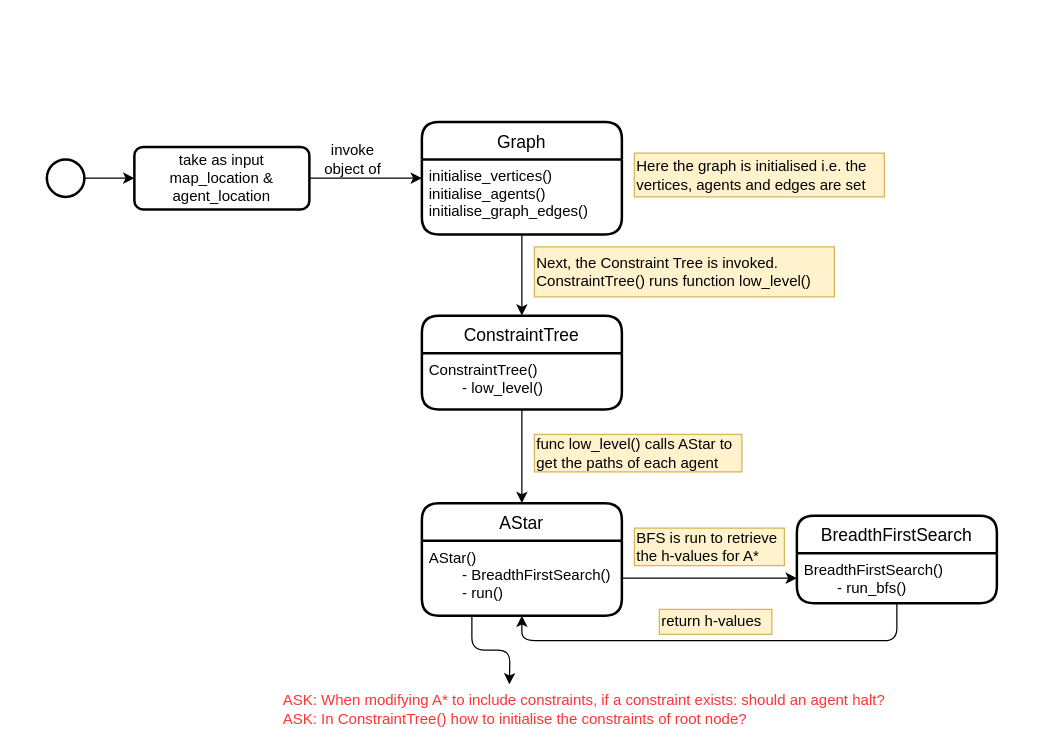
This is Flow Diagram.drawio from hebbaquraishi/MAPF, a draw.io file, before an edit. Source tidied: cells renumbered, new cells numbered last; positions are measured from the earlier drawing's top-left corner, leaving out a move shared by most shapes. Both pictures are drawn from the tidied source at 125%, with x=0, y=0 at pixel (46, 121).
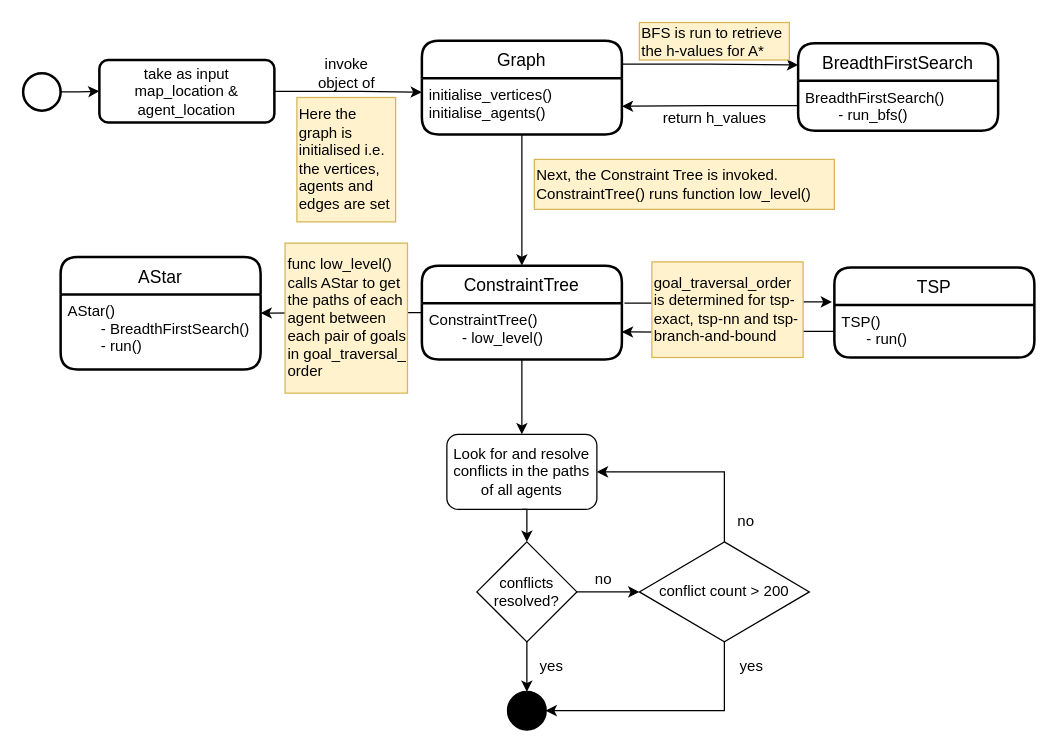
After the change.

Unchanged cells that the change refers to:
```xml
<mxCell id="10" value="ConstraintTree()&#10;        - low_level()" style="align=left;strokeColor=none;fillColor=none;spacingLeft=4;fontSize=12;verticalAlign=top;" parent="9" vertex="1">
  <mxGeometry y="30" width="160" height="45" as="geometry" />
</mxCell>
<mxCell id="15" value="AStar()&#10;        - BreadthFirstSearch()&#10;        - run()" style="align=left;strokeColor=none;fillColor=none;spacingLeft=4;fontSize=12;verticalAlign=top;" parent="14" vertex="1">
  <mxGeometry y="30" width="160" height="60" as="geometry" />
</mxCell>
<mxCell id="19" value="BreadthFirstSearch()&#10;        - run_bfs()" style="align=left;strokeColor=none;fillColor=none;spacingLeft=4;fontSize=12;verticalAlign=top;" parent="18" vertex="1">
  <mxGeometry y="30" width="160" height="40" as="geometry" />
</mxCell>
```

Diff of the diagram source:
```diff
@@
+    <mxCell id="26" style="edgeStyle=orthogonalEdgeStyle;rounded=0;jettySize=auto;html=1;exitX=1;exitY=0.25;exitDx=0;exitDy=0;entryX=0;entryY=0.25;entryDx=0;entryDy=0;" parent="1" edge="1" source="2" target="18">
+      <mxGeometry relative="1" as="geometry" />
+    </mxCell>
     <mxCell id="2" value="Graph" style="swimlane;horizontal=1;startSize=30;rounded=1;fontSize=14;fontStyle=0;strokeWidth=2;shadow=0;dashed=0;align=center;" parent="1" vertex="1">
-      <mxGeometry x="300" width="160" height="90" as="geometry" />
+      <mxGeometry x="300" y="-65" width="160" height="75" as="geometry" />
     </mxCell>
-    <mxCell id="3" value="initialise_vertices()&#10;initialise_agents()&#10;initialise_graph_edges()" style="align=left;strokeColor=none;fillColor=none;spacingLeft=4;fontSize=12;verticalAlign=top;" parent="2" vertex="1">
-      <mxGeometry y="30" width="160" height="60" as="geometry" />
+    <mxCell id="3" value="initialise_vertices()&#10;initialise_agents()" style="align=left;strokeColor=none;fillColor=none;spacingLeft=4;fontSize=12;verticalAlign=top;" parent="2" vertex="1">
+      <mxGeometry y="30" width="160" height="45" as="geometry" />
     </mxCell>
     <mxCell id="4" value="invoke object of" style="text;html=1;strokeColor=none;fillColor=none;align=center;verticalAlign=middle;whiteSpace=wrap;rounded=0;sketch=0;" parent="1" vertex="1">
-      <mxGeometry x="210" y="20" width="70" height="20" as="geometry" />
+      <mxGeometry x="204.5" y="-49.5" width="70" height="20" as="geometry" />
     </mxCell>
@@
     <mxCell id="6" style="strokeWidth=2;html=1;shape=mxgraph.flowchart.start_2;whiteSpace=wrap;rounded=0;sketch=0;" parent="1" vertex="1">
-      <mxGeometry y="30" width="30" height="30" as="geometry" />
+      <mxGeometry x="-19" y="-39" width="30" height="30" as="geometry" />
     </mxCell>
@@
     <mxCell id="8" value="take as input map_location &amp;amp; agent_location" style="rounded=1;whiteSpace=wrap;html=1;absoluteArcSize=1;arcSize=14;strokeWidth=2;sketch=0;" parent="1" vertex="1">
-      <mxGeometry x="70" y="20" width="140" height="50" as="geometry" />
+      <mxGeometry x="42" y="-49.5" width="140" height="50" as="geometry" />
     </mxCell>
+    <mxCell id="27" style="edgeStyle=orthogonalEdgeStyle;rounded=0;jettySize=auto;html=1;exitX=1.013;exitY=0.4;exitDx=0;exitDy=0;exitPerimeter=0;entryX=-0.012;entryY=0.382;entryDx=0;entryDy=0;entryPerimeter=0;" parent="1" edge="1" source="9" target="31">
+      <mxGeometry relative="1" as="geometry" />
+    </mxCell>
+    <mxCell id="28" style="edgeStyle=orthogonalEdgeStyle;rounded=0;jettySize=auto;html=1;exitX=0;exitY=0.5;exitDx=0;exitDy=0;entryX=1;entryY=0.25;entryDx=0;entryDy=0;" parent="1" edge="1" source="9" target="15">
+      <mxGeometry relative="1" as="geometry" />
+    </mxCell>
     <mxCell id="9" value="ConstraintTree" style="swimlane;horizontal=1;startSize=30;rounded=1;fontSize=14;fontStyle=0;strokeWidth=2;shadow=0;dashed=0;align=center;" parent="1" vertex="1">
-      <mxGeometry x="300" y="155" width="160" height="75" as="geometry" />
+      <mxGeometry x="300" y="115" width="160" height="75" as="geometry" />
     </mxCell>
@@
     <mxCell id="12" value="Here the graph is initialised i.e. the vertices, agents and edges are set" style="rounded=0;whiteSpace=wrap;html=1;sketch=0;align=left;verticalAlign=middle;fillColor=#fff2cc;strokeColor=#d6b656;" parent="1" vertex="1">
-      <mxGeometry x="470" y="25" width="200" height="35" as="geometry" />
+      <mxGeometry x="200" y="-19.5" width="79" height="99.5" as="geometry" />
     </mxCell>
     <mxCell id="13" value="Next, the Constraint Tree is invoked. ConstraintTree() runs function low_level()" style="rounded=0;whiteSpace=wrap;html=1;sketch=0;align=left;verticalAlign=middle;fillColor=#fff2cc;strokeColor=#d6b656;" parent="1" vertex="1">
-      <mxGeometry x="390" y="100" width="240" height="40" as="geometry" />
+      <mxGeometry x="390" y="30" width="240" height="40" as="geometry" />
     </mxCell>
     <mxCell id="14" value="AStar" style="swimlane;horizontal=1;startSize=30;rounded=1;fontSize=14;fontStyle=0;strokeWidth=2;shadow=0;dashed=0;align=center;" parent="1" vertex="1">
-      <mxGeometry x="300" y="305" width="160" height="90" as="geometry" />
+      <mxGeometry x="11" y="108" width="160" height="90" as="geometry" />
     </mxCell>
@@
-    <mxCell id="16" style="edgeStyle=orthogonalEdgeStyle;curved=0;rounded=1;sketch=0;jettySize=auto;html=1;entryX=0.5;entryY=0;entryDx=0;entryDy=0;" parent="1" edge="1" source="10" target="14">
-      <mxGeometry relative="1" as="geometry" />
-    </mxCell>
-    <mxCell id="17" value="func low_level() calls AStar to get the paths of each agent" style="rounded=0;whiteSpace=wrap;html=1;sketch=0;align=left;verticalAlign=middle;fillColor=#fff2cc;strokeColor=#d6b656;" parent="1" vertex="1">
-      <mxGeometry x="390" y="250" width="166" height="30" as="geometry" />
-    </mxCell>
     <mxCell id="18" value="BreadthFirstSearch" style="swimlane;horizontal=1;startSize=30;rounded=1;fontSize=14;fontStyle=0;strokeWidth=2;shadow=0;dashed=0;align=center;" parent="1" vertex="1">
-      <mxGeometry x="600" y="315" width="160" height="70" as="geometry" />
+      <mxGeometry x="601" y="-63" width="160" height="70" as="geometry" />
     </mxCell>
@@
-    <mxCell id="20" style="edgeStyle=orthogonalEdgeStyle;curved=0;rounded=1;sketch=0;jettySize=auto;html=1;" parent="1" edge="1" source="15" target="19">
-      <mxGeometry relative="1" as="geometry" />
-    </mxCell>
-    <mxCell id="21" value="BFS is run to retrieve the h-values for A*" style="rounded=0;whiteSpace=wrap;html=1;sketch=0;align=left;verticalAlign=middle;fillColor=#fff2cc;strokeColor=#d6b656;" parent="1" vertex="1">
-      <mxGeometry x="470" y="325" width="120" height="30" as="geometry" />
+    <mxCell id="21" value="BFS is run to retrieve the h-values for A*" style="rounded=0;whiteSpace=wrap;html=1;sketch=0;align=left;verticalAlign=middle;strokeColor=#d6b656;fillColor=#fff2cc;" parent="1" vertex="1">
+      <mxGeometry x="474" y="-79.5" width="120" height="30" as="geometry" />
     </mxCell>
-    <mxCell id="22" style="edgeStyle=orthogonalEdgeStyle;curved=0;rounded=1;sketch=0;jettySize=auto;html=1;entryX=0.5;entryY=1;entryDx=0;entryDy=0;exitX=0.5;exitY=1;exitDx=0;exitDy=0;" parent="1" edge="1" source="19" target="15">
-      <mxGeometry relative="1" as="geometry" />
-    </mxCell>
-    <mxCell id="23" value="return h-values" style="rounded=0;whiteSpace=wrap;html=1;sketch=0;align=left;verticalAlign=middle;fillColor=#fff2cc;strokeColor=#d6b656;" parent="1" vertex="1">
-      <mxGeometry x="490" y="390" width="90" height="20" as="geometry" />
-    </mxCell>
-    <mxCell id="24" style="edgeStyle=orthogonalEdgeStyle;curved=0;rounded=1;sketch=0;jettySize=auto;html=1;entryX=0.5;entryY=0;entryDx=0;entryDy=0;exitX=0.25;exitY=1;exitDx=0;exitDy=0;" parent="1" edge="1" source="15">
-      <mxGeometry relative="1" as="geometry">
-        <mxPoint x="370" y="450" as="targetPoint" />
-      </mxGeometry>
-    </mxCell>
-    <mxCell id="25" value="&lt;font color=&quot;#ff3333&quot;&gt;ASK: When modifying A* to include constraints, if a constraint exists: should an agent halt?&lt;br&gt;&lt;div style=&quot;text-align: left&quot;&gt;&lt;span&gt;ASK: In ConstraintTree() how to initialise the constraints of root node?&lt;/span&gt;&lt;/div&gt;&lt;/font&gt;" style="text;html=1;strokeColor=none;fillColor=none;align=center;verticalAlign=middle;whiteSpace=wrap;rounded=0;sketch=0;" parent="1" vertex="1">
-      <mxGeometry x="170" y="450" width="520" height="40" as="geometry" />
-    </mxCell>
+    <mxCell id="29" style="edgeStyle=orthogonalEdgeStyle;rounded=0;jettySize=auto;html=1;exitX=0;exitY=0.5;exitDx=0;exitDy=0;entryX=1;entryY=0.5;entryDx=0;entryDy=0;" parent="1" edge="1" source="19" target="3">
+      <mxGeometry relative="1" as="geometry" />
+    </mxCell>
+    <mxCell id="30" value="return h_values" style="text;html=1;align=center;verticalAlign=middle;strokeColor=none;fillColor=none;" parent="1" vertex="1">
+      <mxGeometry x="484" y="-13" width="100" height="20" as="geometry" />
+    </mxCell>
+    <mxCell id="31" value="TSP" style="swimlane;horizontal=1;startSize=30;rounded=1;fontSize=14;fontStyle=0;strokeWidth=2;shadow=0;dashed=0;align=center;" parent="1" vertex="1">
+      <mxGeometry x="630" y="116.5" width="160" height="72" as="geometry" />
+    </mxCell>
+    <mxCell id="32" value="TSP()&#10;      - run()" style="align=left;strokeColor=none;fillColor=none;spacingLeft=4;fontSize=12;verticalAlign=top;" parent="31" vertex="1">
+      <mxGeometry y="30" width="160" height="42" as="geometry" />
+    </mxCell>
+    <mxCell id="33" style="edgeStyle=orthogonalEdgeStyle;rounded=0;jettySize=auto;html=1;exitX=0;exitY=0.5;exitDx=0;exitDy=0;" parent="1" edge="1" source="32">
+      <mxGeometry relative="1" as="geometry">
+        <mxPoint x="460" y="168" as="targetPoint" />
+      </mxGeometry>
+    </mxCell>
+    <mxCell id="34" value="goal_traversal_order is determined for tsp-exact, tsp-nn and tsp-branch-and-bound" style="rounded=0;whiteSpace=wrap;html=1;sketch=0;align=left;verticalAlign=middle;fillColor=#fff2cc;strokeColor=#d6b656;" parent="1" vertex="1">
+      <mxGeometry x="484" y="112" width="121" height="76.5" as="geometry" />
+    </mxCell>
+    <mxCell id="17" value="func low_level() calls AStar to get the paths of each agent between each pair of goals in goal_traversal_ order" style="rounded=0;whiteSpace=wrap;html=1;sketch=0;align=left;verticalAlign=middle;fillColor=#fff2cc;strokeColor=#d6b656;" parent="1" vertex="1">
+      <mxGeometry x="190.5" y="97" width="98" height="120" as="geometry" />
+    </mxCell>
+    <mxCell id="35" style="edgeStyle=orthogonalEdgeStyle;rounded=0;jettySize=auto;html=1;exitX=0.5;exitY=1;exitDx=0;exitDy=0;entryX=0.5;entryY=0;entryDx=0;entryDy=0;" parent="1" edge="1" source="36" target="40">
+      <mxGeometry relative="1" as="geometry" />
+    </mxCell>
+    <mxCell id="36" value="Look for and resolve conflicts in the paths of all agents" style="rounded=1;whiteSpace=wrap;html=1;fillColor=none;" parent="1" vertex="1">
+      <mxGeometry x="320" y="250" width="120" height="60" as="geometry" />
+    </mxCell>
+    <mxCell id="37" style="edgeStyle=orthogonalEdgeStyle;rounded=0;jettySize=auto;html=1;" parent="1" edge="1" source="10" target="36">
+      <mxGeometry relative="1" as="geometry" />
+    </mxCell>
+    <mxCell id="38" style="edgeStyle=orthogonalEdgeStyle;rounded=0;jettySize=auto;html=1;exitX=0.5;exitY=1;exitDx=0;exitDy=0;entryX=0.5;entryY=0;entryDx=0;entryDy=0;entryPerimeter=0;" parent="1" edge="1" source="40" target="41">
+      <mxGeometry relative="1" as="geometry" />
+    </mxCell>
+    <mxCell id="39" style="edgeStyle=orthogonalEdgeStyle;rounded=0;jettySize=auto;html=1;entryX=0;entryY=0.5;entryDx=0;entryDy=0;" parent="1" edge="1" source="40" target="45">
+      <mxGeometry relative="1" as="geometry" />
+    </mxCell>
+    <mxCell id="40" value="conflicts resolved?" style="rhombus;whiteSpace=wrap;html=1;fillColor=none;" parent="1" vertex="1">
+      <mxGeometry x="344" y="336" width="80" height="80" as="geometry" />
+    </mxCell>
+    <mxCell id="41" style="strokeWidth=2;html=1;shape=mxgraph.flowchart.start_2;whiteSpace=wrap;rounded=0;sketch=0;fillColor=#000000;" parent="1" vertex="1">
+      <mxGeometry x="369" y="456" width="30" height="30" as="geometry" />
+    </mxCell>
+    <mxCell id="42" value="yes" style="text;html=1;strokeColor=none;fillColor=none;align=center;verticalAlign=middle;whiteSpace=wrap;rounded=0;" parent="1" vertex="1">
+      <mxGeometry x="384" y="426" width="40" height="20" as="geometry" />
+    </mxCell>
+    <mxCell id="43" style="edgeStyle=orthogonalEdgeStyle;rounded=0;jettySize=auto;html=1;entryX=1;entryY=0.5;entryDx=0;entryDy=0;entryPerimeter=0;exitX=0.5;exitY=1;exitDx=0;exitDy=0;" parent="1" edge="1" source="45" target="41">
+      <mxGeometry relative="1" as="geometry" />
+    </mxCell>
+    <mxCell id="44" style="edgeStyle=orthogonalEdgeStyle;rounded=0;jettySize=auto;html=1;entryX=1;entryY=0.5;entryDx=0;entryDy=0;exitX=0.5;exitY=0;exitDx=0;exitDy=0;" parent="1" edge="1" source="45" target="36">
+      <mxGeometry relative="1" as="geometry" />
+    </mxCell>
+    <mxCell id="45" value="&lt;span&gt;conflict count &amp;gt; 200&lt;/span&gt;" style="rhombus;whiteSpace=wrap;html=1;fillColor=none;" parent="1" vertex="1">
+      <mxGeometry x="474" y="336" width="136" height="80" as="geometry" />
+    </mxCell>
+    <mxCell id="46" value="no" style="text;html=1;align=center;verticalAlign=middle;strokeColor=none;fillColor=none;" parent="1" vertex="1">
+      <mxGeometry x="430" y="356" width="30" height="20" as="geometry" />
+    </mxCell>
+    <mxCell id="47" value="yes" style="text;html=1;strokeColor=none;fillColor=none;align=center;verticalAlign=middle;whiteSpace=wrap;rounded=0;" parent="1" vertex="1">
+      <mxGeometry x="544" y="426" width="40" height="20" as="geometry" />
+    </mxCell>
+    <mxCell id="48" value="no" style="text;html=1;align=center;verticalAlign=middle;strokeColor=none;fillColor=none;" parent="1" vertex="1">
+      <mxGeometry x="544" y="310" width="30" height="20" as="geometry" />
+    </mxCell>
```
